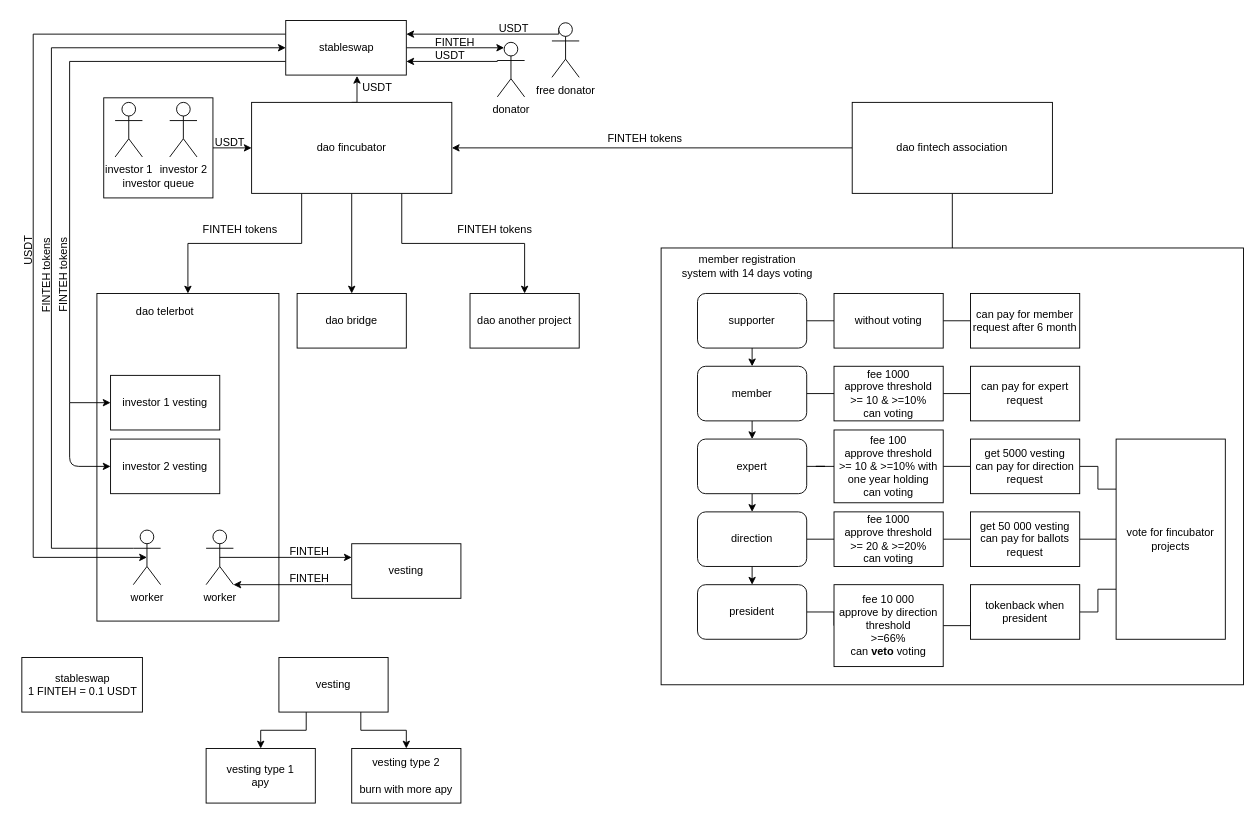
The draw.io diagram tokenomics.drawio in fincubator/fincubator, before the edit. Source tidied: cells renumbered, new cells numbered last; positions are measured from the earlier drawing's top-left corner, leaving out a move shared by most shapes. Both pictures are drawn from the tidied source at 91%, with x=0, y=0 at pixel (2, 15).
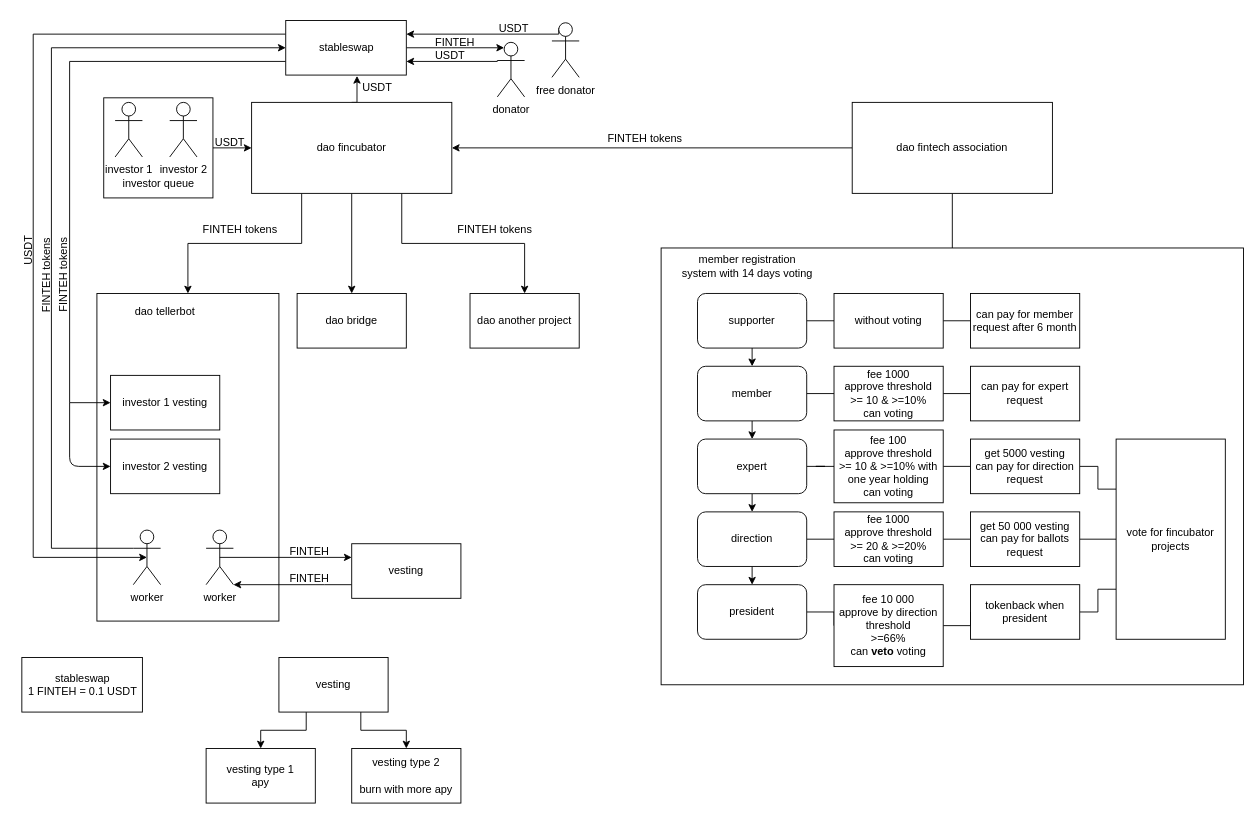
The same diagram, later.

Commit message:
fix name tellerbot

The edit, as a diff of the source:
```diff
@@
-    <mxCell id="76" value="dao telerbot" style="text;html=1;strokeColor=none;fillColor=none;align=center;verticalAlign=middle;whiteSpace=wrap;rounded=0;" parent="1" vertex="1">
+    <mxCell id="76" value="dao tellerbot" style="text;html=1;strokeColor=none;fillColor=none;align=center;verticalAlign=middle;whiteSpace=wrap;rounded=0;" parent="1" vertex="1">
       <mxGeometry x="144" y="315" width="70" height="20" as="geometry" />
     </mxCell>
```
